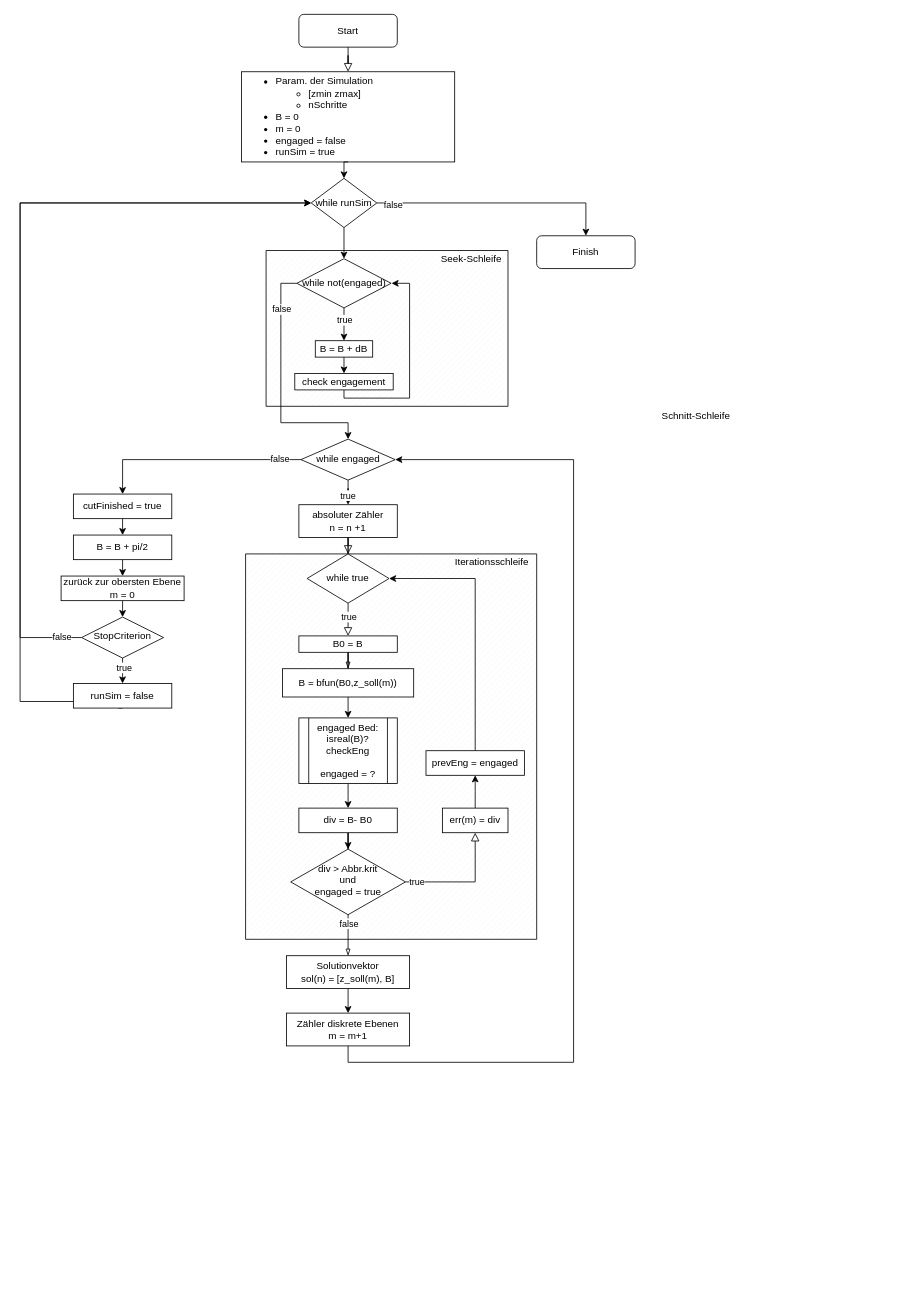
Before: methods/vf1/vf1-flowchart.drawio in ChrisCalzolaio/ba, a draw.io diagram. Source tidied: cells renumbered, new cells numbered last; positions are measured from the earlier drawing's top-left corner, leaving out a move shared by most shapes. Both pictures are drawn from the tidied source at 82%, with x=0, y=0 at pixel (20, 14).
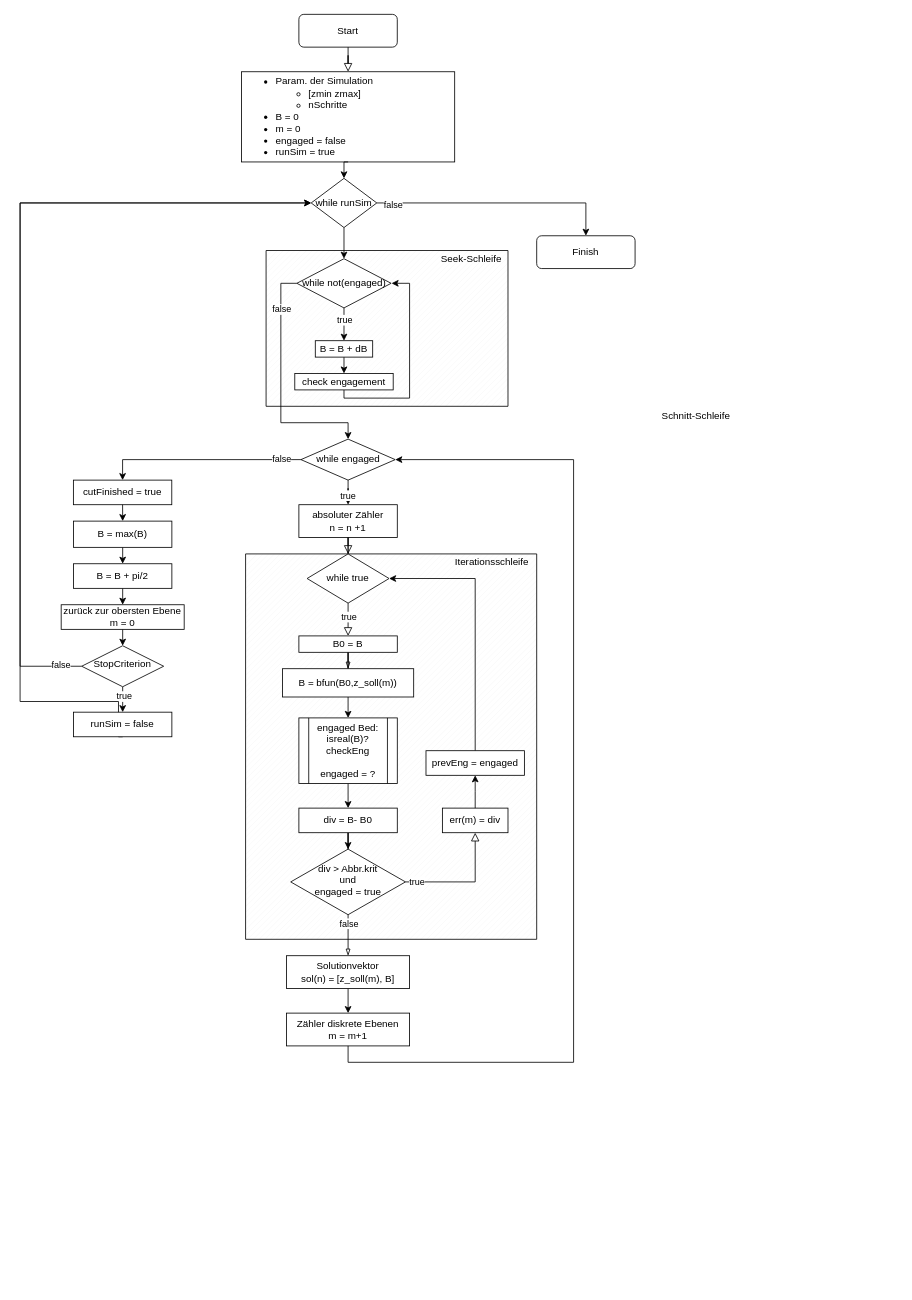
The same diagram, later.

The change refers to these unchanged cells:
```xml
<mxCell id="55" value="while runSim" style="rhombus;whiteSpace=wrap;html=1;" parent="1" vertex="1">
  <mxGeometry x="355" y="200" width="80" height="60" as="geometry" />
</mxCell>
```

The edit, as a diff of the source:
```diff
@@
     <mxCell id="31" value="B = B + pi/2" style="rounded=0;whiteSpace=wrap;html=1;" parent="1" vertex="1">
-      <mxGeometry x="65" y="635" width="120" height="30" as="geometry" />
+      <mxGeometry x="65.1" y="670" width="120" height="30" as="geometry" />
     </mxCell>
@@
     <mxCell id="34" style="edgeStyle=orthogonalEdgeStyle;rounded=0;jettySize=auto;html=1;exitX=0.5;exitY=1;exitDx=0;exitDy=0;entryX=0.5;entryY=0;entryDx=0;entryDy=0;" parent="1" edge="1" source="38" target="59">
       <mxGeometry relative="1" as="geometry">
         <Array as="points">
-          <mxPoint x="125" y="796" />
-          <mxPoint x="125" y="796" />
+          <mxPoint x="125.1" y="831" />
+          <mxPoint x="125.1" y="831" />
         </Array>
       </mxGeometry>
     </mxCell>
@@
     <mxCell id="36" style="edgeStyle=orthogonalEdgeStyle;rounded=0;jettySize=auto;html=1;exitX=0;exitY=0.5;exitDx=0;exitDy=0;entryX=0;entryY=0.5;entryDx=0;entryDy=0;" parent="1" edge="1" source="38" target="55">
       <mxGeometry relative="1" as="geometry">
         <Array as="points">
-          <mxPoint y="760" />
+          <mxPoint y="795" />
           <mxPoint y="230" />
         </Array>
       </mxGeometry>
     </mxCell>
@@
     <mxCell id="38" value="StopCriterion" style="rhombus;whiteSpace=wrap;html=1;shadow=0;fontFamily=Helvetica;fontSize=12;align=center;strokeWidth=1;spacing=6;spacingTop=-4;" parent="1" vertex="1">
-      <mxGeometry x="75" y="735" width="100" height="50" as="geometry" />
+      <mxGeometry x="75.1" y="770" width="100" height="50" as="geometry" />
     </mxCell>
@@
     <mxCell id="59" value="runSim = false" style="rounded=0;whiteSpace=wrap;html=1;" parent="1" vertex="1">
-      <mxGeometry x="65" y="816" width="120" height="30" as="geometry" />
+      <mxGeometry x="65.1" y="851" width="120" height="30" as="geometry" />
     </mxCell>
@@
-    <mxCell id="62" style="edgeStyle=orthogonalEdgeStyle;rounded=0;jettySize=auto;html=1;exitX=0.5;exitY=1;exitDx=0;exitDy=0;entryX=0.5;entryY=0;entryDx=0;entryDy=0;" parent="1" edge="1" source="63" target="31">
-      <mxGeometry relative="1" as="geometry" />
+    <mxCell id="62" style="edgeStyle=orthogonalEdgeStyle;rounded=0;jettySize=auto;html=1;exitX=0.5;exitY=1;exitDx=0;exitDy=0;entryX=0.5;entryY=0;entryDx=0;entryDy=0;" parent="1" edge="1" source="71" target="31">
+      <mxGeometry relative="1" as="geometry">
+        <Array as="points">
+          <mxPoint x="125" y="670" />
+        </Array>
+      </mxGeometry>
     </mxCell>
     <mxCell id="63" value="cutFinished = true" style="rounded=0;whiteSpace=wrap;html=1;" parent="1" vertex="1">
-      <mxGeometry x="65" y="585" width="120" height="30" as="geometry" />
+      <mxGeometry x="65" y="568" width="120" height="30" as="geometry" />
     </mxCell>
@@
     <mxCell id="65" value="zurück zur obersten Ebene&lt;br&gt;m = 0" style="rounded=0;whiteSpace=wrap;html=1;" parent="1" vertex="1">
-      <mxGeometry x="50" y="685" width="150" height="30" as="geometry" />
+      <mxGeometry x="50.1" y="720" width="150" height="30" as="geometry" />
     </mxCell>
@@
+    <mxCell id="71" value="B = max(B)" style="rounded=0;whiteSpace=wrap;html=1;" parent="1" vertex="1">
+      <mxGeometry x="65.1" y="618" width="120" height="32" as="geometry" />
+    </mxCell>
+    <mxCell id="72" style="edgeStyle=orthogonalEdgeStyle;rounded=0;jettySize=auto;html=1;exitX=0.5;exitY=1;exitDx=0;exitDy=0;entryX=0.5;entryY=0;entryDx=0;entryDy=0;" parent="1" edge="1" source="63" target="71">
+      <mxGeometry relative="1" as="geometry" />
+    </mxCell>
```
